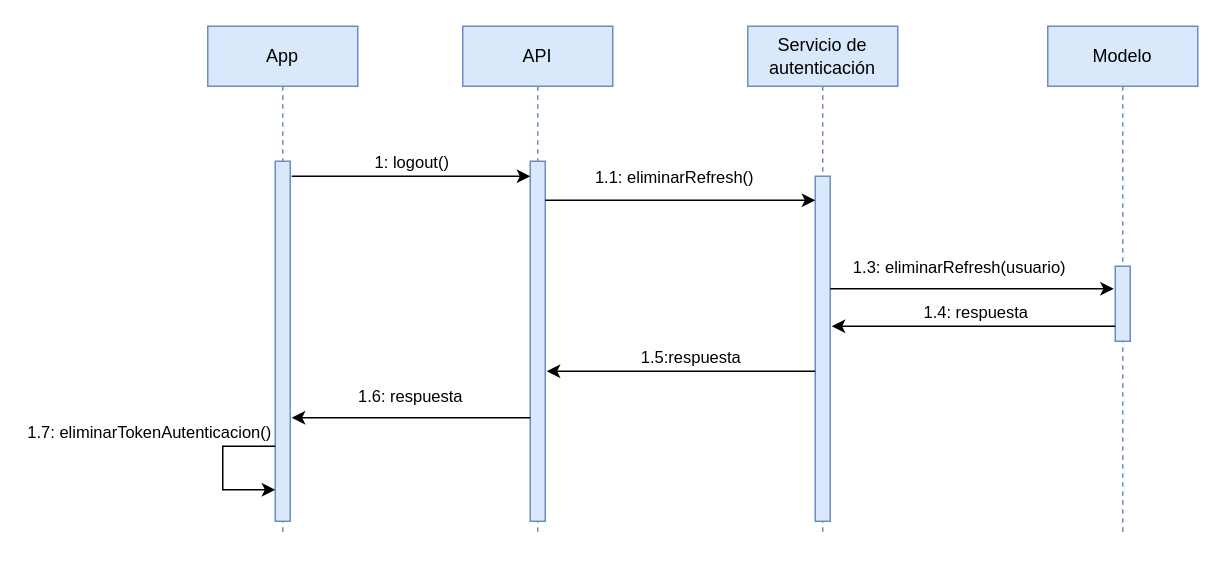
Above: diseno/sistema/DS/logout.drawio in corderop/TFG (draw.io), before the change. Source tidied: cells renumbered, new cells numbered last; positions are measured from the earlier drawing's top-left corner, leaving out a move shared by most shapes. Both pictures are drawn from the tidied source at 150%, with x=0, y=0 at pixel (207, 26).
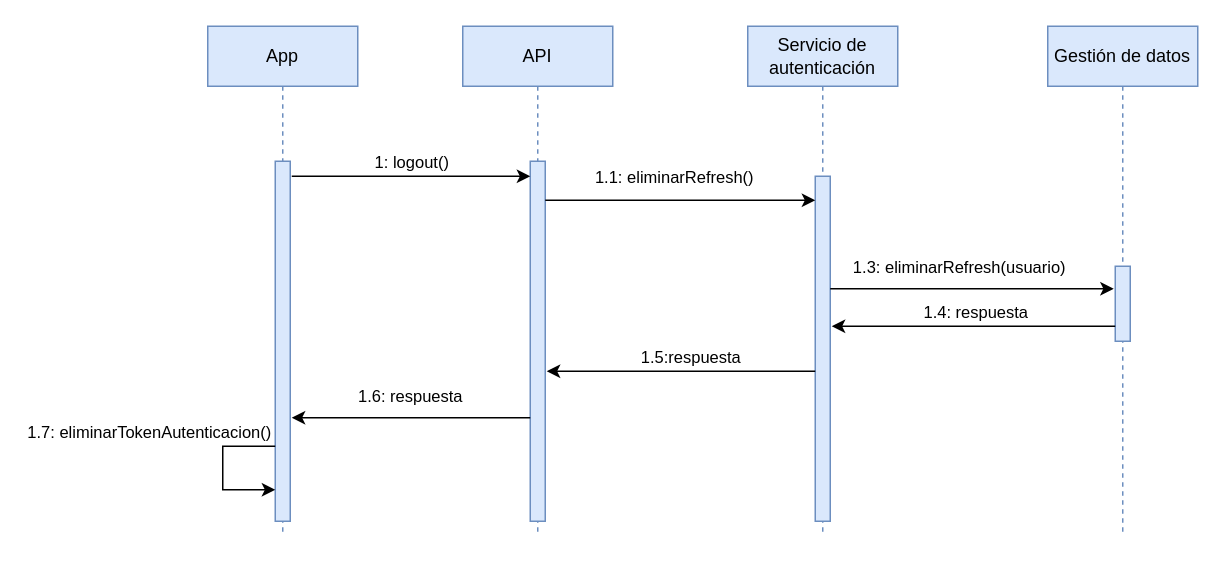
Above is the later version.

Diff of the diagram source:
```diff
@@
-    <mxCell id="6" value="Modelo" style="shape=umlLifeline;perimeter=lifelinePerimeter;whiteSpace=wrap;html=1;fillColor=#dae8fc;strokeColor=#6c8ebf;" parent="1" vertex="1">
+    <mxCell id="6" value="Gestión de datos" style="shape=umlLifeline;perimeter=lifelinePerimeter;whiteSpace=wrap;html=1;fillColor=#dae8fc;strokeColor=#6c8ebf;" parent="1" vertex="1">
       <mxGeometry x="560" width="100" height="340" as="geometry" />
     </mxCell>
```
